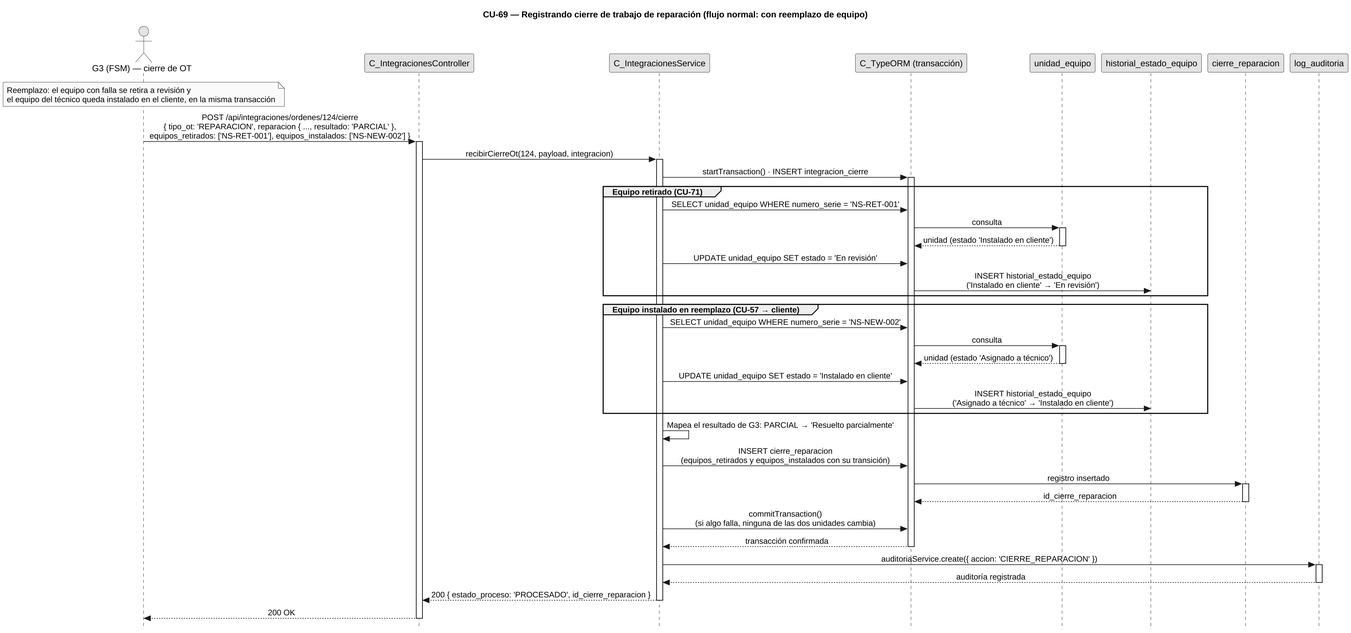
FSM-Finet-y-Cable-Magico/Team_1-Inventario-y-Bodega keeps this PlantUML diagram as diagramas/diagramas-secuencia/CU69/CU69-normal-reemplazo.png. Above is the earlier version.
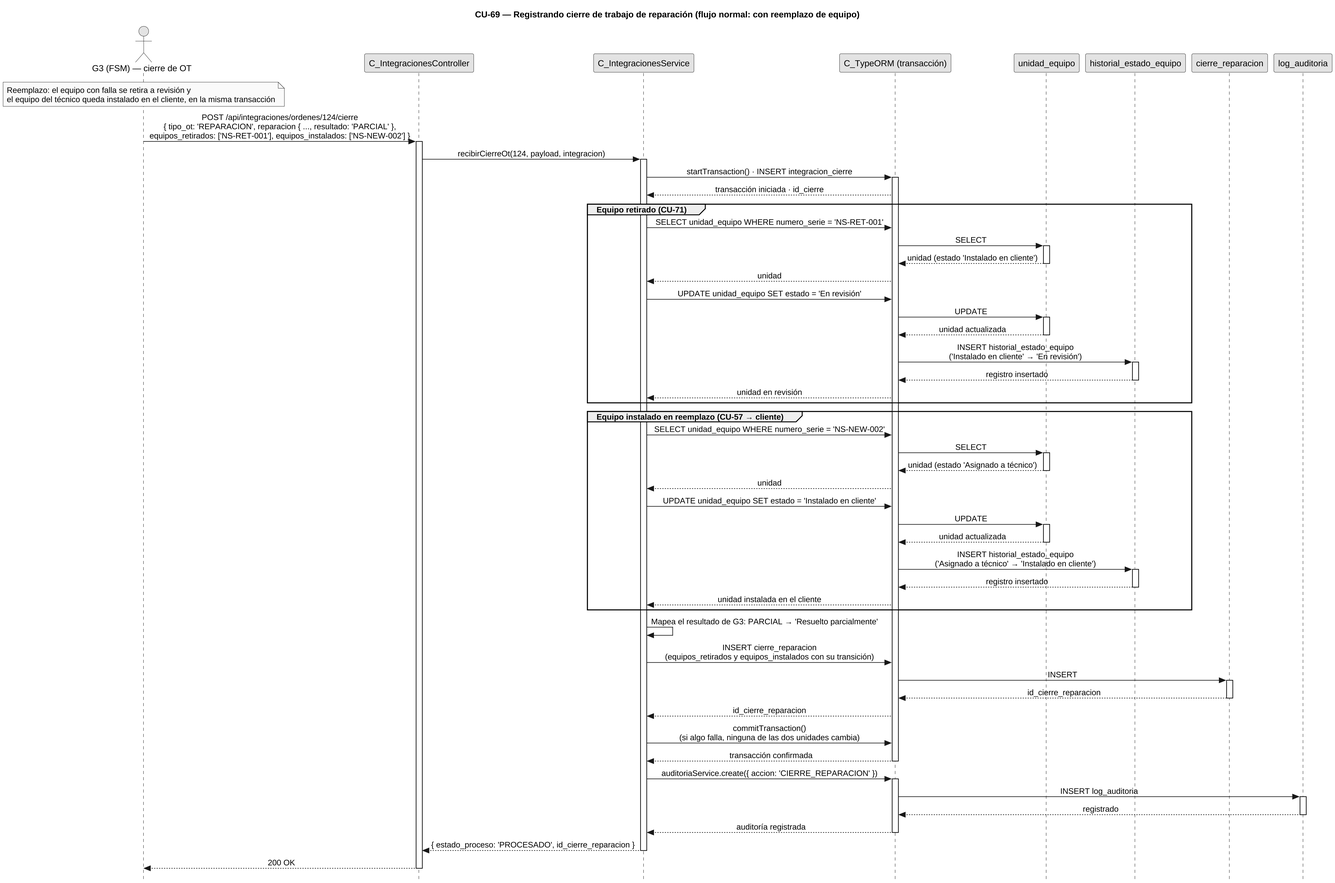
The same diagram one commit later.

Change to the diagram source:
```diff
@@ -46,45 +46,69 @@
 
 svc -> orm : startTransaction() · INSERT integracion_cierre
 activate orm
+orm --> svc : transacción iniciada · id_cierre
 
 group Equipo retirado (CU-71)
   svc -> orm : SELECT unidad_equipo WHERE numero_serie = 'NS-RET-001'
-  orm -> uent : consulta
+  orm -> uent : SELECT
   activate uent
   uent --> orm : unidad (estado 'Instalado en cliente')
   deactivate uent
+  orm --> svc : unidad
   svc -> orm : UPDATE unidad_equipo SET estado = 'En revisión'
+  orm -> uent : UPDATE
+  activate uent
+  uent --> orm : unidad actualizada
+  deactivate uent
   orm -> hent : INSERT historial_estado_equipo\n('Instalado en cliente' → 'En revisión')
+  activate hent
+  hent --> orm : registro insertado
+  deactivate hent
+  orm --> svc : unidad en revisión
 end
 
 group Equipo instalado en reemplazo (CU-57 → cliente)
   svc -> orm : SELECT unidad_equipo WHERE numero_serie = 'NS-NEW-002'
-  orm -> uent : consulta
+  orm -> uent : SELECT
   activate uent
   uent --> orm : unidad (estado 'Asignado a técnico')
   deactivate uent
+  orm --> svc : unidad
   svc -> orm : UPDATE unidad_equipo SET estado = 'Instalado en cliente'
+  orm -> uent : UPDATE
+  activate uent
+  uent --> orm : unidad actualizada
+  deactivate uent
   orm -> hent : INSERT historial_estado_equipo\n('Asignado a técnico' → 'Instalado en cliente')
+  activate hent
+  hent --> orm : registro insertado
+  deactivate hent
+  orm --> svc : unidad instalada en el cliente
 end
 
 svc -> svc : Mapea el resultado de G3: PARCIAL → 'Resuelto parcialmente'
 
 svc -> orm : INSERT cierre_reparacion\n(equipos_retirados y equipos_instalados con su transición)
-orm -> crep : registro insertado
+orm -> crep : INSERT
 activate crep
 crep --> orm : id_cierre_reparacion
 deactivate crep
+orm --> svc : id_cierre_reparacion
 
 svc -> orm : commitTransaction()\n(si algo falla, ninguna de las dos unidades cambia)
 orm --> svc : transacción confirmada
 deactivate orm
 
-svc -> aent : auditoriaService.create({ accion: 'CIERRE_REPARACION' })
+svc -> orm : auditoriaService.create({ accion: 'CIERRE_REPARACION' })
+activate orm
+orm -> aent : INSERT log_auditoria
 activate aent
-aent --> svc : auditoría registrada
+aent --> orm : registrado
 deactivate aent
+orm --> svc : auditoría registrada
+deactivate orm
 
-svc --> ctrl : 200 { estado_proceso: 'PROCESADO', id_cierre_reparacion }
+svc --> ctrl : { estado_proceso: 'PROCESADO', id_cierre_reparacion }
 deactivate svc
 ctrl --> g3 : 200 OK
 deactivate ctrl
```
